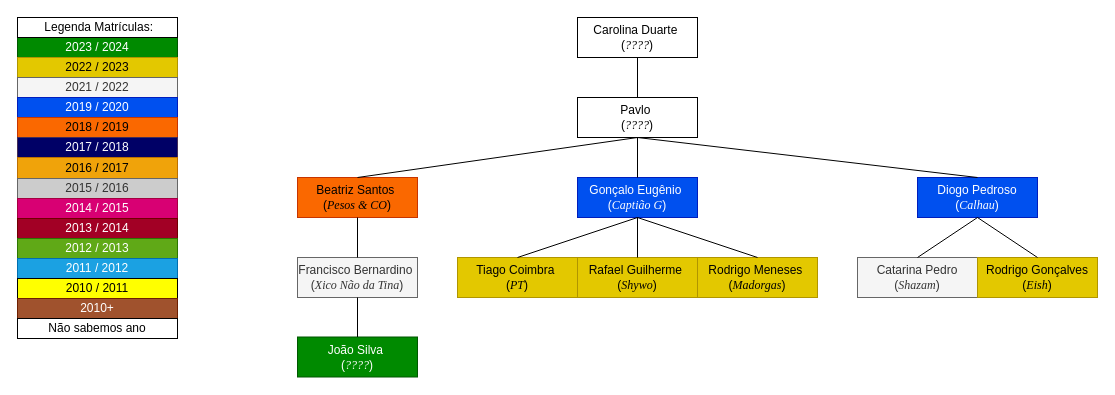
Before: Familia da Carolina Duarte.drawio in pdmtmr/PDMTMRTESTLOCATION-AKA-ARBUSTO, a draw.io diagram. Source tidied: cells renumbered, new cells numbered last; positions are measured from the earlier drawing's top-left corner, leaving out a move shared by most shapes. Both pictures are drawn from the tidied source at 100%, with x=0, y=0 at pixel (17, 17).
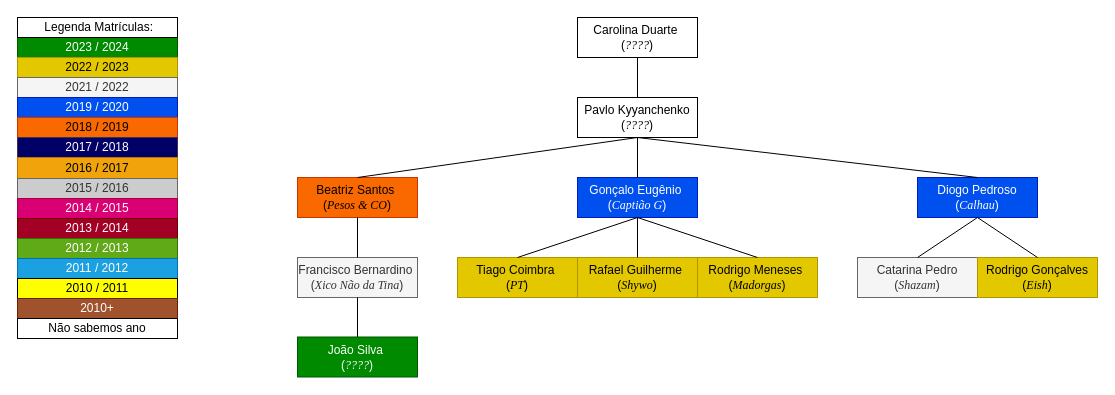
Above is the later version.

Diff of the diagram source:
```diff
@@
-    <mxCell id="17" value="&lt;div&gt;Pavlo&amp;nbsp;&lt;/div&gt;&lt;div&gt;(&lt;i&gt;&lt;font face=&quot;Times New Roman&quot;&gt;????&lt;/font&gt;&lt;/i&gt;)&lt;/div&gt;" style="rounded=0;whiteSpace=wrap;html=1;" parent="1" vertex="1">
+    <mxCell id="17" value="&lt;div&gt;Pavlo Kyyanchenko&lt;/div&gt;&lt;div&gt;&lt;span style=&quot;background-color: initial;&quot;&gt;(&lt;/span&gt;&lt;i style=&quot;background-color: initial;&quot;&gt;&lt;font face=&quot;Times New Roman&quot;&gt;????&lt;/font&gt;&lt;/i&gt;&lt;span style=&quot;background-color: initial;&quot;&gt;)&lt;/span&gt;&lt;/div&gt;" style="rounded=0;whiteSpace=wrap;html=1;" parent="1" vertex="1">
       <mxGeometry x="560" y="80" width="120" height="40" as="geometry" />
     </mxCell>
```
